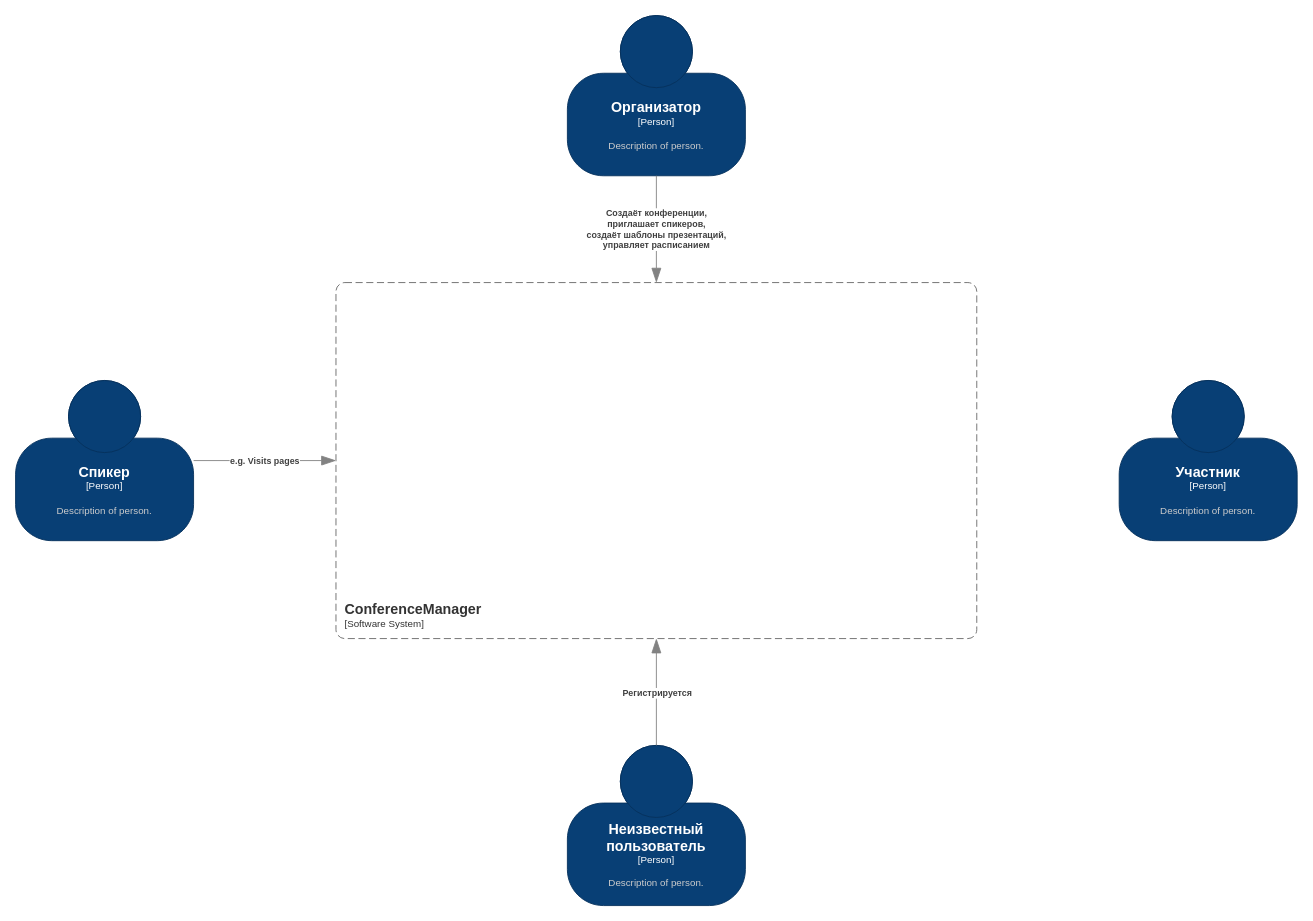
This is Lab Work 2/pictures/c4_context_xml.drawio from DmitryZubarev/Architecture, a draw.io file, before an edit. Source tidied: cells renumbered, new cells numbered last; positions are measured from the earlier drawing's top-left corner, leaving out a move shared by most shapes. Both pictures are drawn from the tidied source at 89%, with x=0, y=0 at pixel (15, 15).
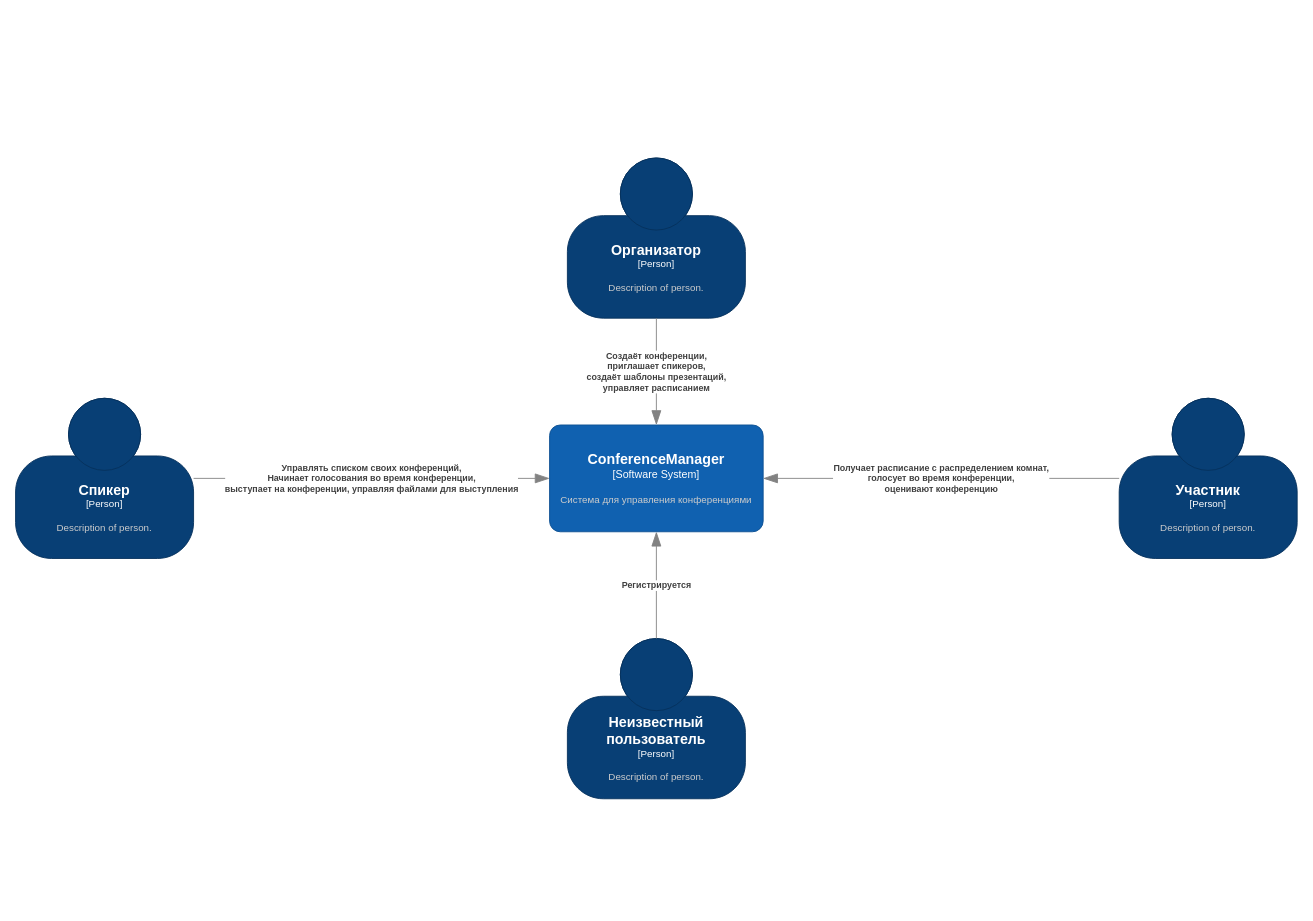
The same diagram, later.

Commit message (it also covers changes not shown here):
Добавлена диаграмма контекста

Diff of the diagram source:
```diff
@@
 <mxGraphModel>
   <root>
     <mxCell id="0" />
     <mxCell id="1" parent="0" />
     <object id="2" label="&lt;font style=&quot;font-size: 16px&quot;&gt;&lt;b&gt;%c4Name%&lt;/b&gt;&lt;/font&gt;&lt;div&gt;[%c4Type%]&lt;/div&gt;&lt;br&gt;&lt;div&gt;&lt;font style=&quot;font-size: 11px&quot;&gt;&lt;font color=&quot;#cccccc&quot;&gt;%c4Description%&lt;/font&gt;&lt;/div&gt;" c4Description="Description of person." c4Name="Участник" c4Type="Person" placeholders="1">
       <mxCell style="html=1;fontSize=11;dashed=0;whiteSpace=wrap;fillColor=#083F75;strokeColor=#06315C;fontColor=#ffffff;shape=mxgraph.c4.person2;align=center;points=[[0.5,0,0],[1,0.5,0],[1,0.75,0],[0.75,1,0],[0.5,1,0],[0.25,1,0],[0,0.75,0],[0,0.5,0]];" parent="1" vertex="1">
-        <mxGeometry x="1240" y="410" width="200" height="180" as="geometry" />
+        <mxGeometry x="1240" y="430" width="200" height="180" as="geometry" />
       </mxCell>
     </object>
     <object id="3" label="&lt;font style=&quot;font-size: 16px&quot;&gt;&lt;b&gt;%c4Name%&lt;/b&gt;&lt;/font&gt;&lt;div&gt;[%c4Type%]&lt;/div&gt;&lt;br&gt;&lt;div&gt;&lt;font style=&quot;font-size: 11px&quot;&gt;&lt;font color=&quot;#cccccc&quot;&gt;%c4Description%&lt;/font&gt;&lt;/div&gt;" c4Description="Description of person." c4Name="Спикер" c4Type="Person" placeholders="1">
       <mxCell style="html=1;fontSize=11;dashed=0;whiteSpace=wrap;fillColor=#083F75;strokeColor=#06315C;fontColor=#ffffff;shape=mxgraph.c4.person2;align=center;points=[[0.5,0,0],[1,0.5,0],[1,0.75,0],[0.75,1,0],[0.5,1,0],[0.25,1,0],[0,0.75,0],[0,0.5,0]];" parent="1" vertex="1">
-        <mxGeometry y="410" width="200" height="180" as="geometry" />
+        <mxGeometry y="430" width="200" height="180" as="geometry" />
       </mxCell>
     </object>
     <object id="4" label="&lt;font style=&quot;font-size: 16px&quot;&gt;&lt;b&gt;%c4Name%&lt;/b&gt;&lt;/font&gt;&lt;div&gt;[%c4Type%]&lt;/div&gt;&lt;br&gt;&lt;div&gt;&lt;font style=&quot;font-size: 11px&quot;&gt;&lt;font color=&quot;#cccccc&quot;&gt;%c4Description%&lt;/font&gt;&lt;/div&gt;" c4Description="Description of person." c4Name="Организатор" c4Type="Person" placeholders="1">
       <mxCell style="html=1;fontSize=11;dashed=0;whiteSpace=wrap;fillColor=#083F75;strokeColor=#06315C;fontColor=#ffffff;shape=mxgraph.c4.person2;align=center;points=[[0.5,0,0],[1,0.5,0],[1,0.75,0],[0.75,1,0],[0.5,1,0],[0.25,1,0],[0,0.75,0],[0,0.5,0]];" parent="1" vertex="1">
-        <mxGeometry x="620" width="200" height="180" as="geometry" />
+        <mxGeometry x="620" y="160" width="200" height="180" as="geometry" />
       </mxCell>
     </object>
-    <object id="5" label="&lt;font style=&quot;font-size: 16px&quot;&gt;&lt;b&gt;&lt;div style=&quot;text-align: left&quot;&gt;%c4Name%&lt;/div&gt;&lt;/b&gt;&lt;/font&gt;&lt;div style=&quot;text-align: left&quot;&gt;[%c4Application%]&lt;/div&gt;" c4Application="Software System" c4Name="ConferenceManager" placeholders="1">
-      <mxCell style="rounded=1;fontSize=11;whiteSpace=wrap;html=1;dashed=1;arcSize=20;fillColor=none;strokeColor=#666666;fontColor=#333333;labelBackgroundColor=none;align=left;verticalAlign=bottom;labelBorderColor=none;spacingTop=0;spacing=10;dashPattern=8 4;perimeter=rectanglePerimeter;noLabel=0;labelPadding=0;absoluteArcSize=1;" parent="1" vertex="1">
-        <mxGeometry x="360" y="300" width="720" height="400" as="geometry" />
-      </mxCell>
-    </object>
     <object id="6" label="&lt;font style=&quot;font-size: 16px&quot;&gt;&lt;b&gt;%c4Name%&lt;/b&gt;&lt;/font&gt;&lt;div&gt;[%c4Type%]&lt;/div&gt;&lt;br&gt;&lt;div&gt;&lt;font style=&quot;font-size: 11px&quot;&gt;&lt;font color=&quot;#cccccc&quot;&gt;%c4Description%&lt;/font&gt;&lt;/div&gt;" c4Description="Description of person." c4Name="Неизвестный пользователь" c4Type="Person" placeholders="1">
       <mxCell style="html=1;fontSize=11;dashed=0;whiteSpace=wrap;fillColor=#083F75;strokeColor=#06315C;fontColor=#ffffff;shape=mxgraph.c4.person2;align=center;points=[[0.5,0,0],[1,0.5,0],[1,0.75,0],[0.75,1,0],[0.5,1,0],[0.25,1,0],[0,0.75,0],[0,0.5,0]];" parent="1" vertex="1">
-        <mxGeometry x="620" y="820" width="200" height="180" as="geometry" />
+        <mxGeometry x="620" y="700" width="200" height="180" as="geometry" />
       </mxCell>
     </object>
     <object id="7" label="&lt;div style=&quot;text-align: left&quot;&gt;&lt;div style=&quot;text-align: center&quot;&gt;&lt;b&gt;%c4Description%&lt;/b&gt;&lt;/div&gt;" c4Description="Создаёт конференции,&#10;приглашает спикеров,&#10;создаёт шаблоны презентаций,&#10;управляет расписанием" placeholders="1">
-      <mxCell style="endArrow=blockThin;html=1;fontSize=10;fontColor=#404040;strokeWidth=1;endFill=1;strokeColor=#828282;elbow=vertical;endSize=14;startSize=14;jumpStyle=arc;jumpSize=16;rounded=0;edgeStyle=orthogonalEdgeStyle;exitX=0.5;exitY=1;exitDx=0;exitDy=0;exitPerimeter=0;" parent="1" edge="1" source="4">
-        <mxGeometry relative="1" as="geometry">
-          <mxPoint x="720" y="300" as="targetPoint" />
-        </mxGeometry>
+      <mxCell style="endArrow=blockThin;html=1;fontSize=10;fontColor=#404040;strokeWidth=1;endFill=1;strokeColor=#828282;elbow=vertical;endSize=14;startSize=14;jumpStyle=arc;jumpSize=16;rounded=0;edgeStyle=orthogonalEdgeStyle;exitX=0.5;exitY=1;exitDx=0;exitDy=0;exitPerimeter=0;" parent="1" edge="1" source="4" target="10">
+        <mxGeometry relative="1" as="geometry" />
       </mxCell>
     </object>
     <object id="8" label="&lt;div style=&quot;text-align: left&quot;&gt;&lt;div style=&quot;text-align: center&quot;&gt;&lt;b&gt;%c4Description%&lt;/b&gt;&lt;/div&gt;" c4Description="Регистрируется" placeholders="1">
-      <mxCell style="endArrow=blockThin;html=1;fontSize=10;fontColor=#404040;strokeWidth=1;endFill=1;strokeColor=#828282;elbow=vertical;endSize=14;startSize=14;jumpStyle=arc;jumpSize=16;rounded=0;edgeStyle=orthogonalEdgeStyle;" parent="1" edge="1" source="6">
-        <mxGeometry relative="1" as="geometry">
-          <mxPoint x="720" y="700" as="targetPoint" />
-        </mxGeometry>
+      <mxCell style="endArrow=blockThin;html=1;fontSize=10;fontColor=#404040;strokeWidth=1;endFill=1;strokeColor=#828282;elbow=vertical;endSize=14;startSize=14;jumpStyle=arc;jumpSize=16;rounded=0;edgeStyle=orthogonalEdgeStyle;" parent="1" edge="1" source="6" target="10">
+        <mxGeometry relative="1" as="geometry" />
       </mxCell>
     </object>
-    <object id="9" label="&lt;div style=&quot;text-align: left&quot;&gt;&lt;div style=&quot;text-align: center&quot;&gt;&lt;b&gt;%c4Description%&lt;/b&gt;&lt;/div&gt;" c4Description="e.g. Visits pages" placeholders="1">
-      <mxCell style="endArrow=blockThin;html=1;fontSize=10;fontColor=#404040;strokeWidth=1;endFill=1;strokeColor=#828282;elbow=vertical;endSize=14;startSize=14;jumpStyle=arc;jumpSize=16;rounded=0;edgeStyle=orthogonalEdgeStyle;" parent="1" edge="1" source="3">
-        <mxGeometry relative="1" as="geometry">
-          <mxPoint x="360" y="500" as="targetPoint" />
-        </mxGeometry>
+    <object id="9" label="&lt;div style=&quot;text-align: left&quot;&gt;&lt;div style=&quot;text-align: center&quot;&gt;&lt;b&gt;%c4Description%&lt;/b&gt;&lt;/div&gt;" c4Description="Управлять списком своих конференций,&#10;Начинает голосования во время конференции,&#10;выступает на конференции, управляя файлами для выступления" placeholders="1">
+      <mxCell style="endArrow=blockThin;html=1;fontSize=10;fontColor=#404040;strokeWidth=1;endFill=1;strokeColor=#828282;elbow=vertical;endSize=14;startSize=14;jumpStyle=arc;jumpSize=16;rounded=0;edgeStyle=orthogonalEdgeStyle;" parent="1" edge="1" source="3" target="10">
+        <mxGeometry relative="1" as="geometry" />
       </mxCell>
     </object>
+    <object id="10" label="&lt;font style=&quot;font-size: 16px&quot;&gt;&lt;b&gt;%c4Name%&lt;/b&gt;&lt;/font&gt;&lt;div&gt;[%c4Type%]&lt;/div&gt;&lt;br&gt;&lt;div&gt;&lt;font style=&quot;font-size: 11px&quot;&gt;&lt;font color=&quot;#cccccc&quot;&gt;%c4Description%&lt;/font&gt;&lt;/div&gt;" c4Description="Система для управления конференциями" c4Name="ConferenceManager" c4Type="Software System" placeholders="1">
+      <mxCell style="rounded=1;whiteSpace=wrap;html=1;labelBackgroundColor=none;fillColor=#1061B0;fontColor=#ffffff;align=center;arcSize=10;strokeColor=#0D5091;points=[[0.25,0,0],[0.5,0,0],[0.75,0,0],[1,0.25,0],[1,0.5,0],[1,0.75,0],[0.75,1,0],[0.5,1,0],[0.25,1,0],[0,0.75,0],[0,0.5,0],[0,0.25,0]];" parent="1" vertex="1">
+        <mxGeometry x="600" y="460" width="240" height="120" as="geometry" />
+      </mxCell>
+    </object>
+    <object id="11" label="&lt;div style=&quot;text-align: left&quot;&gt;&lt;div style=&quot;text-align: center&quot;&gt;&lt;b&gt;%c4Description%&lt;/b&gt;&lt;/div&gt;" c4Description="Получает расписание с распределением комнат,&#10;голосует во время конференции,&#10;оценивают конференцию" placeholders="1">
+      <mxCell style="endArrow=blockThin;html=1;fontSize=10;fontColor=#404040;strokeWidth=1;endFill=1;strokeColor=#828282;elbow=vertical;endSize=14;startSize=14;jumpStyle=arc;jumpSize=16;rounded=0;edgeStyle=orthogonalEdgeStyle;" parent="1" edge="1" source="2" target="10">
+        <mxGeometry relative="1" as="geometry" />
+      </mxCell>
+    </object>
   </root>
 </mxGraphModel>
```
